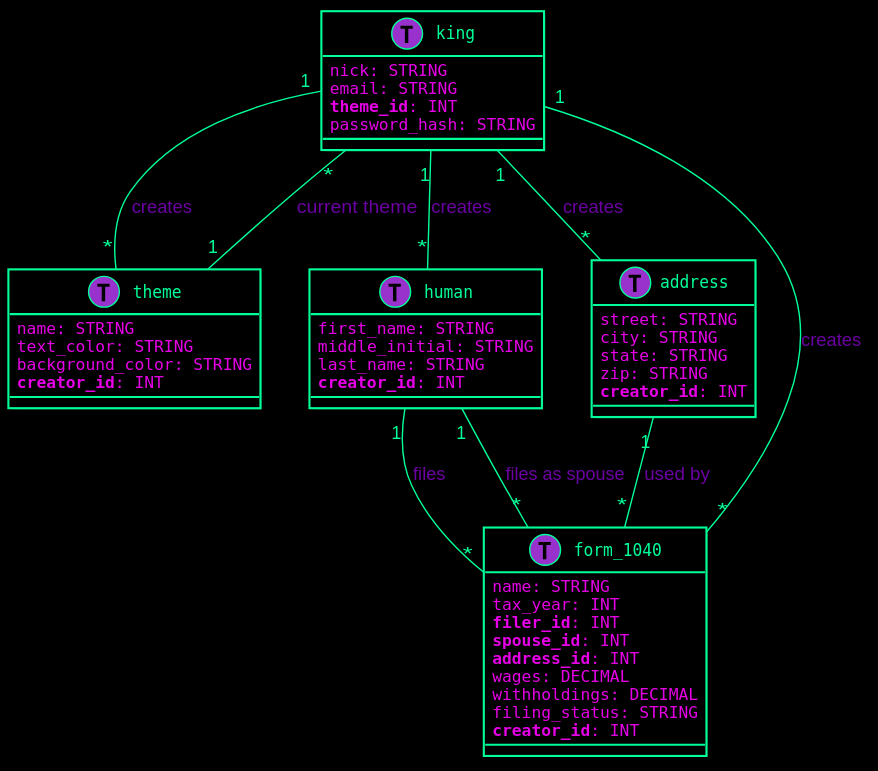
Before: schema.svg, a diagram exported from PlantUML (ozzloy/tax-back).
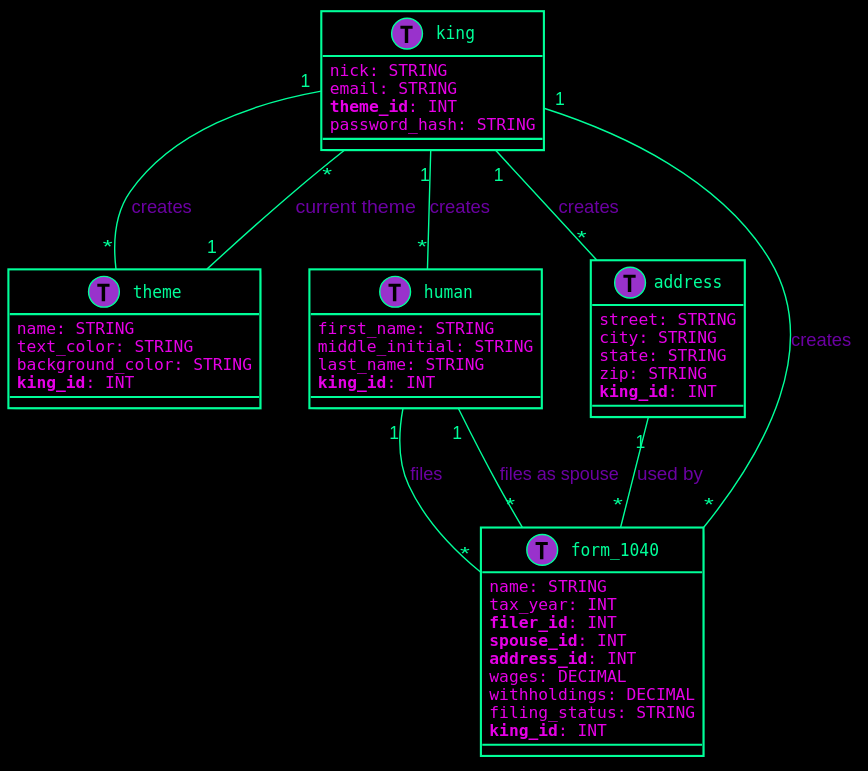
Above is the later version.

Diff of the diagram source:
```diff
@@ -27,14 +27,14 @@
     name: STRING
     text_color: STRING
     background_color: STRING
-    <b>creator_id</b>: INT
+    <b>king_id</b>: INT
 }
 
 class human << (T,#9932CC) >> {
     first_name: STRING
     middle_initial: STRING
     last_name: STRING
-    <b>creator_id</b>: INT
+    <b>king_id</b>: INT
 }
 
 class address << (T,#9932CC) >> {
@@ -42,7 +42,7 @@
     city: STRING
     state: STRING
     zip: STRING
-    <b>creator_id</b>: INT
+    <b>king_id</b>: INT
 }
 
 class form_1040 << (T,#9932CC) >> {
@@ -54,7 +54,7 @@
     wages: DECIMAL
     withholdings: DECIMAL
     filing_status: STRING
-    <b>creator_id</b>: INT
+    <b>king_id</b>: INT
 }
 
 king "<color:#00ff99>1</color>" -- "<color:#00ff99>*</color>" theme : "<color:#6B00A2>creates</color>"
```
